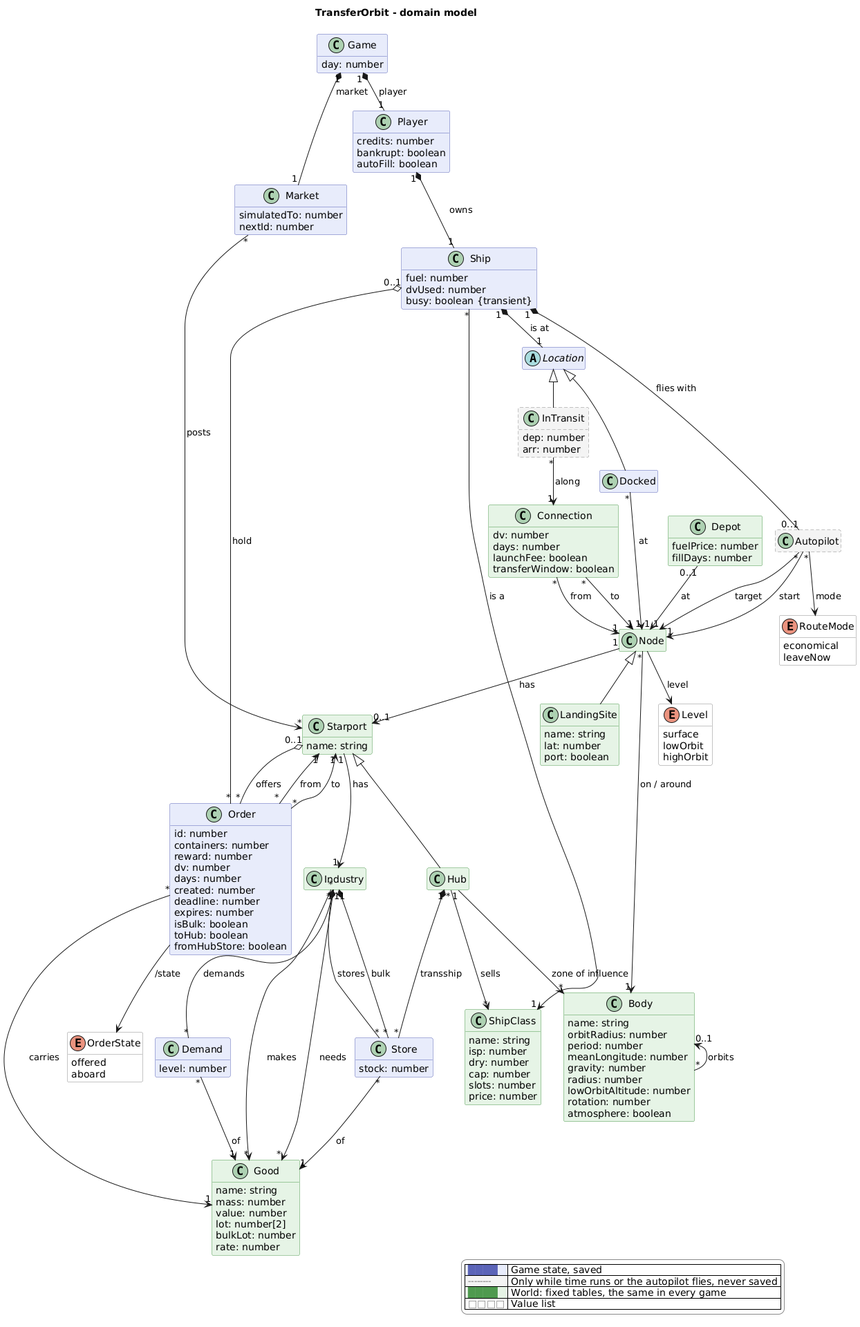
scuzzar/TransferOrbit keeps this PlantUML diagram as docs/domain-model.png. Above is the earlier version. Source of this version:
```plantuml
@startuml
!pragma layout smetana
title TransferOrbit - domain model
hide empty members
hide methods
skinparam classAttributeIconSize 0
skinparam shadowing false
skinparam packageStyle rectangle
skinparam class {
  BackgroundColor #e8ecfb
  BorderColor #5b64b8
  BackgroundColor<<transient>> #f4f4f4
  BorderColor<<transient>> #8a8a8a
  BackgroundColor<<reference>> #e6f4e6
  BorderColor<<reference>> #4f9a4f
  BackgroundColor<<value>> #ffffff
  BorderColor<<value>> #8a8a8a
}
skinparam legendBackgroundColor #ffffff
skinparam legendBorderColor #8a8a8a
<style>
classDiagram {
  class {
    .transient {
      LineStyle 5-3
    }
  }
}
</style>
hide <<transient>> stereotype
hide <<reference>> stereotype
hide <<value>> stereotype

  class Game {
    day: number
  }
  class Player {
    credits: number
    bankrupt: boolean
    autoFill: boolean
  }
  class Ship {
    fuel: number
    dvUsed: number
    busy: boolean {transient}
  }
  abstract class Location
  class Docked
  class InTransit <<transient>> {
    dep: number
    arr: number
  }
  class Autopilot <<transient>>
  enum RouteMode <<value>> {
    economical
    leaveNow
  }
  class Market {
    simulatedTo: number
    nextId: number
  }
  class Starport <<reference>> {
    name: string
  }
  class Hub <<reference>>
  class Store {
    stock: number
  }
  class Demand {
    level: number
  }
  class Order {
    id: number
    containers: number
    reward: number
    dv: number
    days: number
    created: number
    deadline: number
    expires: number
    isBulk: boolean
    toHub: boolean
    fromHubStore: boolean

  }
  enum OrderState <<value>> {
    offered
    aboard
  }

  class Node <<reference>>
  enum Level <<value>> {
    surface
    lowOrbit
    highOrbit
  }
  class Body <<reference>> {
    name: string
    orbitRadius: number
    period: number
    meanLongitude: number
    gravity: number
    radius: number
    lowOrbitAltitude: number
    rotation: number
    atmosphere: boolean
  }
  class LandingSite <<reference>> {
    name: string
    lat: number
    port: boolean
  }
  class Depot <<reference>> {
    fuelPrice: number
    fillDays: number
  }
  class Connection <<reference>> {
    dv: number
    days: number
    launchFee: boolean
    transferWindow: boolean
  }
  class Industry <<reference>>
  class Good <<reference>> {
    name: string
    mass: number
    value: number
    lot: number[2]
    bulkLot: number
    rate: number
  }
  class ShipClass <<reference>> {
    name: string
    isp: number
    dry: number
    cap: number
    slots: number
    price: number
  }

Game "1" *-- "1" Player : player
Game "1" *-- "1" Market : market
Player "1" *-- "1" Ship : owns
Ship "*" --> "1" ShipClass : is a
Ship "1" *-- "1" Location : is at
Ship "1" *-- "0..1" Autopilot : flies with
Location <|-- Docked
Location <|-- InTransit
Docked "*" --> "1" Node : at
InTransit "*" --> "1" Connection : along
Autopilot "*" --> "1" Node : target
Autopilot "*" --> "1" Node : start
Autopilot --> RouteMode : mode

Market "*" --> "*" Starport : posts
Starport "1" --> "1" Industry : has
Starport <|-- Hub
Industry "1" *-- "*" Store : stores
Industry "1" *-- "*" Store : bulk
Industry "1" *-- "*" Demand : demands
Hub "1" *-- "*" Store : transship
Store "*" --> "1" Good : of
Demand "*" --> "1" Good : of
Hub "1" --> "*" Body : zone of influence
Hub "*" --> "*" ShipClass : sells
Starport "0..1" o-- "*" Order : offers
Ship "0..1" o-- "*" Order : hold
Order "*" --> "1" Starport : from
Order "*" --> "1" Starport : to
Order "*" --> "1" Good : carries
Order --> OrderState : /state

Node "*" --> "1" Body : on / around
Node --> Level : level
Node <|-- LandingSite
Node "1" --> "0..1" Starport : has
Body "0..1" <-- "*" Body : orbits
Depot "0..1" --> "1" Node : at
Connection "*" --> "1" Node : from
Connection "*" --> "1" Node : to
Industry "*" --> "*" Good : makes
Industry "*" --> "*" Good : needs

legend right
  |<#e8ecfb> <color:#5b64b8>████</color> | Game state, saved |
  |<#f4f4f4> <color:#8a8a8a>╌╌╌╌</color> | Only while time runs or the autopilot flies, never saved |
  |<#e6f4e6> <color:#4f9a4f>████</color> | World: fixed tables, the same in every game |
  |<#ffffff> <color:#8a8a8a>□□□□</color> | Value list |
endlegend
@enduml
```
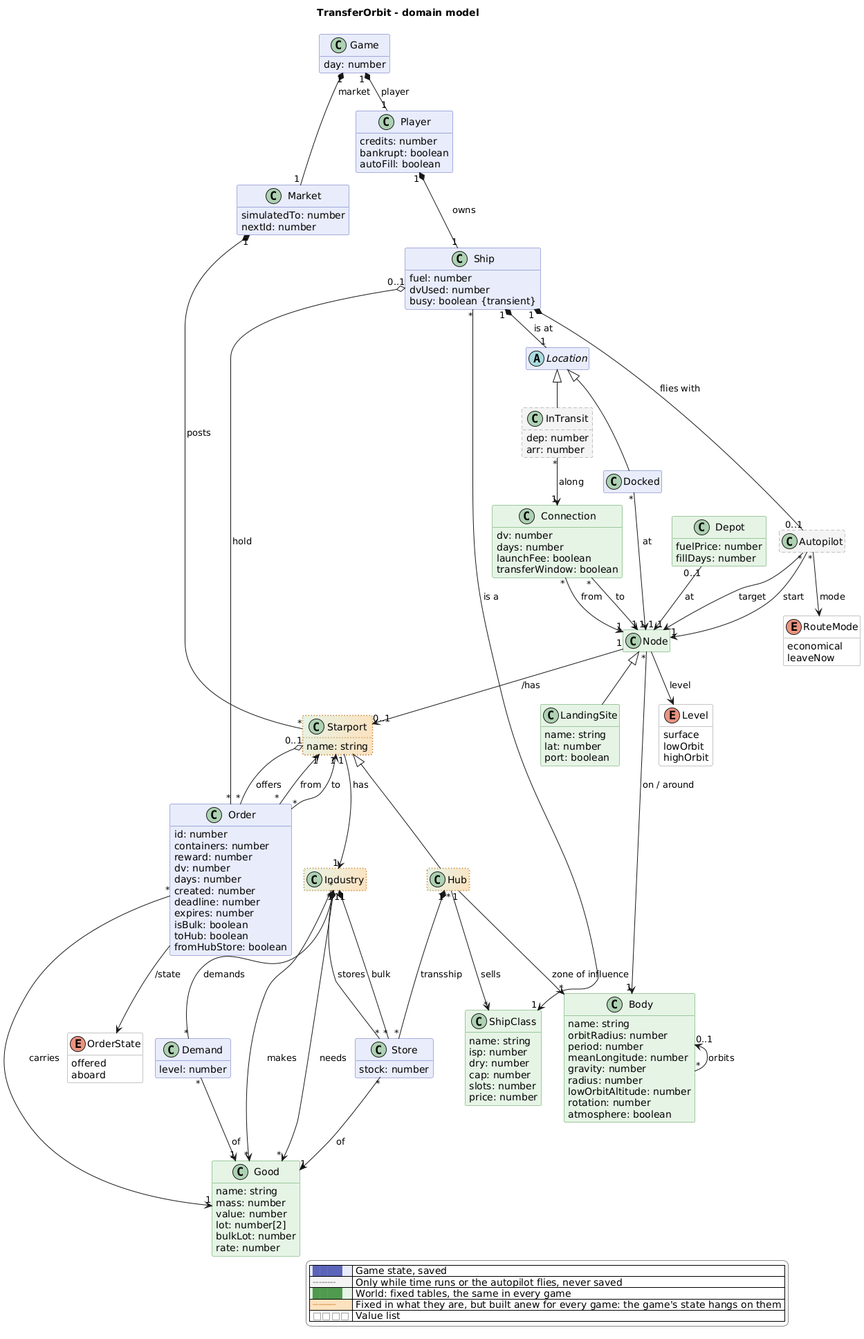
Above is the later version.

Commit message:
Show starports, hubs and industries as built for every game

Diff of the diagram source:
```diff
@@ -15,6 +15,8 @@
   BorderColor<<reference>> #4f9a4f
   BackgroundColor<<value>> #ffffff
   BorderColor<<value>> #8a8a8a
+  BackgroundColor<<pergame>> #e6f4e6/fde2bf
+  BorderColor<<pergame>> #c77a1a
 }
 skinparam legendBackgroundColor #ffffff
 skinparam legendBorderColor #8a8a8a
@@ -24,12 +26,17 @@
     .transient {
       LineStyle 5-3
     }
+    .pergame {
+      LineStyle 1-3
+      LineThickness 1.5
+    }
   }
 }
 </style>
 hide <<transient>> stereotype
 hide <<reference>> stereotype
 hide <<value>> stereotype
+hide <<pergame>> stereotype
 
   class Game {
     day: number
@@ -59,10 +66,10 @@
     simulatedTo: number
     nextId: number
   }
-  class Starport <<reference>> {
+  class Starport <<pergame>> {
     name: string
   }
-  class Hub <<reference>>
+  class Hub <<pergame>>
   class Store {
     stock: number
   }
@@ -120,7 +127,7 @@
     launchFee: boolean
     transferWindow: boolean
   }
-  class Industry <<reference>>
+  class Industry <<pergame>>
   class Good <<reference>> {
     name: string
     mass: number
@@ -152,7 +159,7 @@
 Autopilot "*" --> "1" Node : start
 Autopilot --> RouteMode : mode
 
-Market "*" --> "*" Starport : posts
+Market "1" *-- "*" Starport : posts
 Starport "1" --> "1" Industry : has
 Starport <|-- Hub
 Industry "1" *-- "*" Store : stores
@@ -173,7 +180,7 @@
 Node "*" --> "1" Body : on / around
 Node --> Level : level
 Node <|-- LandingSite
-Node "1" --> "0..1" Starport : has
+Node "1" --> "0..1" Starport : /has
 Body "0..1" <-- "*" Body : orbits
 Depot "0..1" --> "1" Node : at
 Connection "*" --> "1" Node : from
@@ -185,6 +192,7 @@
   |<#e8ecfb> <color:#5b64b8>████</color> | Game state, saved |
   |<#f4f4f4> <color:#8a8a8a>╌╌╌╌</color> | Only while time runs or the autopilot flies, never saved |
   |<#e6f4e6> <color:#4f9a4f>████</color> | World: fixed tables, the same in every game |
+  |<#fde2bf> <color:#c77a1a>┈┈┈┈</color> | Fixed in what they are, but built anew for every game: the game's state hangs on them |
   |<#ffffff> <color:#8a8a8a>□□□□</color> | Value list |
 endlegend
 @enduml
```
